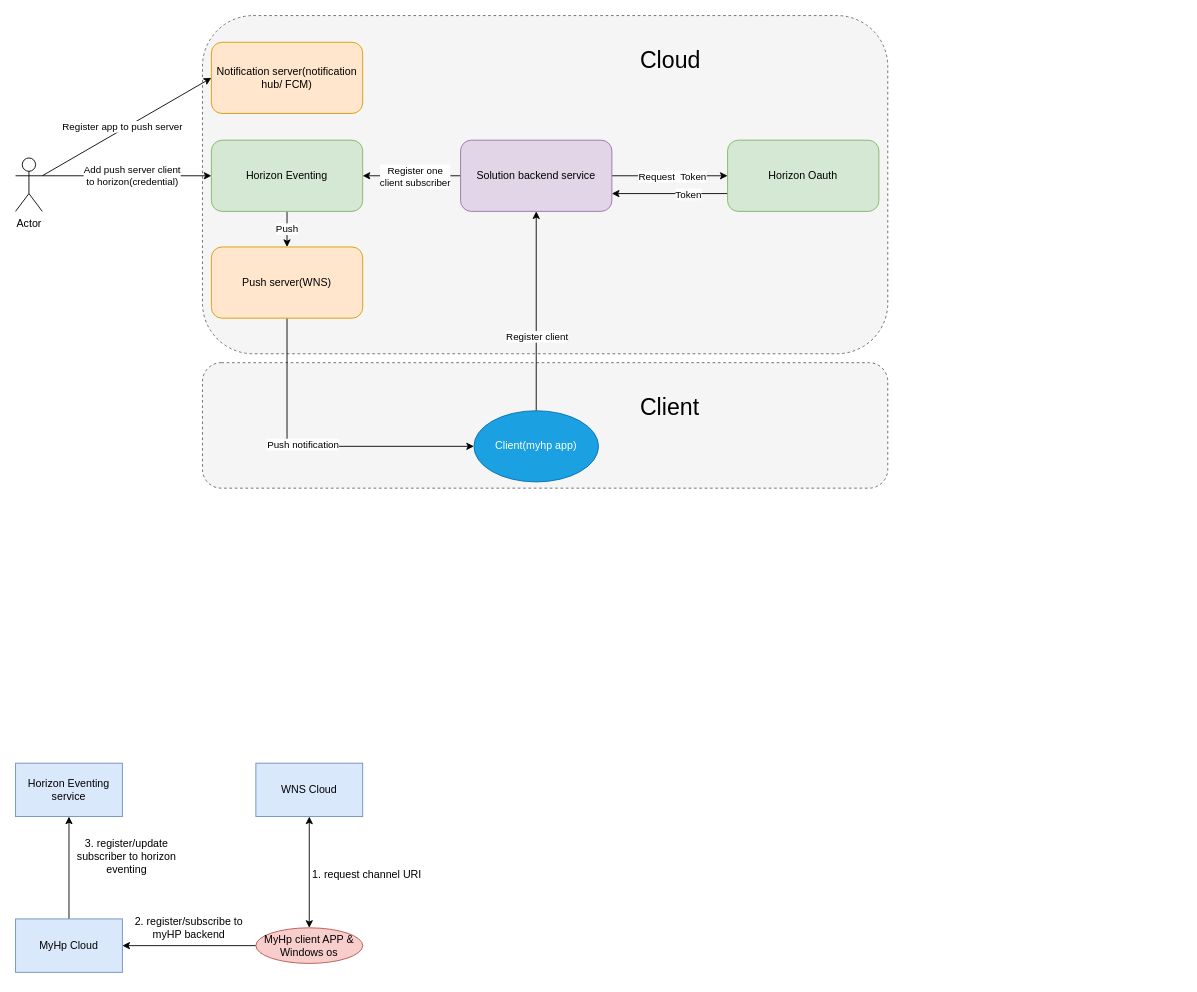
This is page "PushNotification" (8 of 9) of HP/horizon_eventing.drawio from zhangwm1987/mydraw_io, a draw.io file, before an edit. Source tidied: cells renumbered, new cells numbered last; positions are measured from the earlier drawing's top-left corner, leaving out a move shared by most shapes. Both pictures are drawn from the tidied source at 89%, with x=0, y=0 at pixel (15, 15).
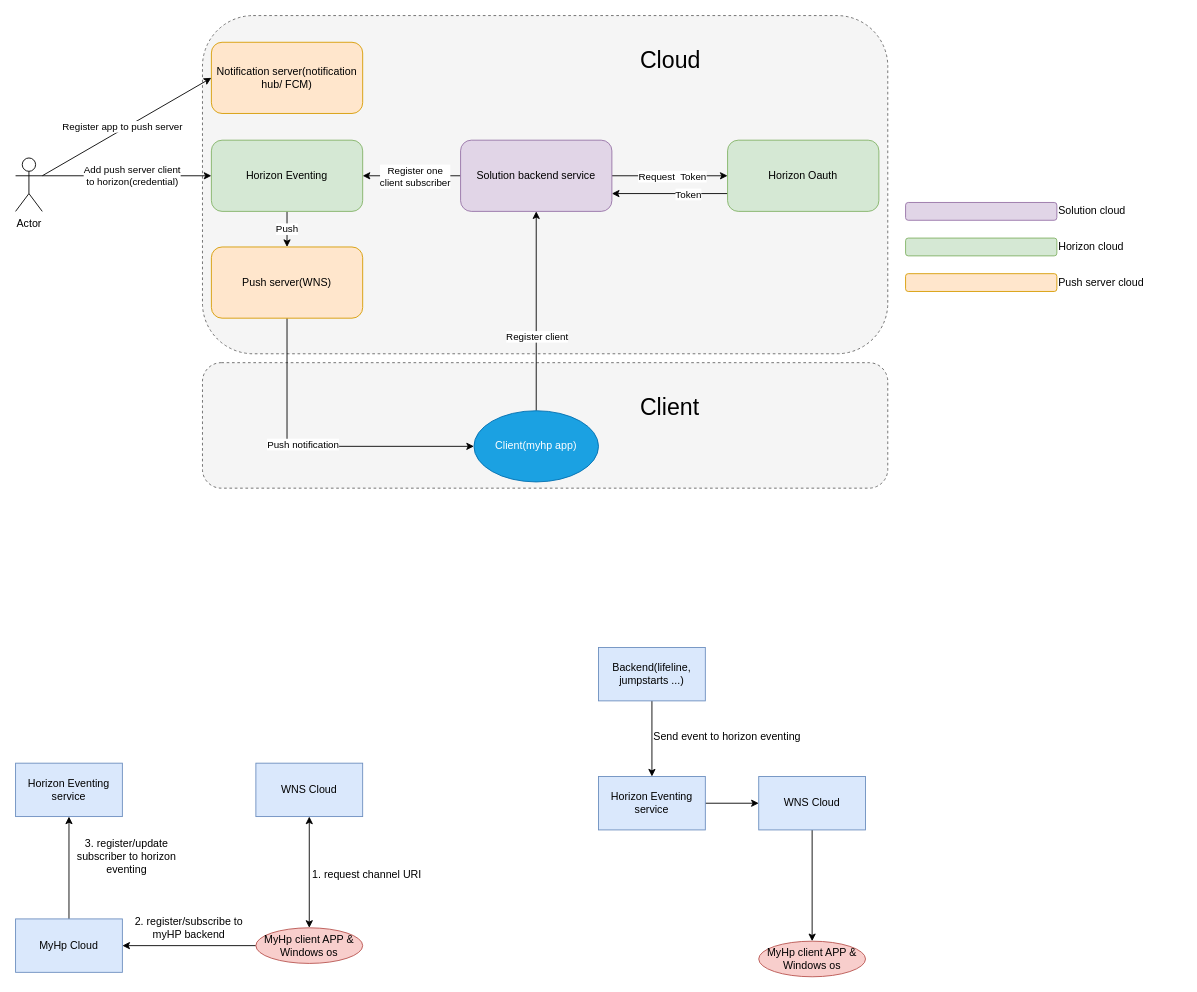
Above is the later version.

What changed in the source:
```diff
@@
+    <mxCell id="39" style="rounded=1;whiteSpace=wrap;html=1;fillColor=#e1d5e7;strokeColor=#9673a6;" parent="1" vertex="1">
+      <mxGeometry x="1000" y="210" width="170" height="20" as="geometry" />
+    </mxCell>
+    <mxCell id="40" style="rounded=1;whiteSpace=wrap;html=1;fillColor=#d5e8d4;strokeColor=#82b366;" parent="1" vertex="1">
+      <mxGeometry x="1000" y="250" width="170" height="20" as="geometry" />
+    </mxCell>
+    <mxCell id="41" style="rounded=1;whiteSpace=wrap;html=1;fillColor=#ffe6cc;strokeColor=#d79b00;" parent="1" vertex="1">
+      <mxGeometry x="1000" y="290" width="170" height="20" as="geometry" />
+    </mxCell>
+    <mxCell id="42" value="Push server cloud" style="text;html=1;strokeColor=none;fillColor=none;align=left;verticalAlign=middle;whiteSpace=wrap;rounded=0;dashed=1;" parent="1" vertex="1">
+      <mxGeometry x="1170" y="290" width="140" height="20" as="geometry" />
+    </mxCell>
+    <mxCell id="43" value="Solution cloud" style="text;html=1;strokeColor=none;fillColor=none;align=left;verticalAlign=middle;whiteSpace=wrap;rounded=0;dashed=1;" parent="1" vertex="1">
+      <mxGeometry x="1170" y="210" width="140" height="20" as="geometry" />
+    </mxCell>
+    <mxCell id="44" value="Horizon cloud" style="text;html=1;strokeColor=none;fillColor=none;align=left;verticalAlign=middle;whiteSpace=wrap;rounded=0;dashed=1;" parent="1" vertex="1">
+      <mxGeometry x="1170" y="250" width="140" height="20" as="geometry" />
+    </mxCell>
+    <mxCell id="45" style="edgeStyle=orthogonalEdgeStyle;rounded=0;jettySize=auto;html=1;exitX=0.5;exitY=1;exitDx=0;exitDy=0;entryX=0.5;entryY=0;entryDx=0;entryDy=0;" parent="1" edge="1" source="46" target="49">
+      <mxGeometry relative="1" as="geometry" />
+    </mxCell>
+    <mxCell id="46" value="WNS Cloud" style="rounded=0;whiteSpace=wrap;html=1;fillColor=#dae8fc;strokeColor=#6c8ebf;" parent="1" vertex="1">
+      <mxGeometry x="835" y="855" width="120" height="60" as="geometry" />
+    </mxCell>
+    <mxCell id="47" style="edgeStyle=orthogonalEdgeStyle;rounded=0;jettySize=auto;html=1;exitX=1;exitY=0.5;exitDx=0;exitDy=0;entryX=0;entryY=0.5;entryDx=0;entryDy=0;" parent="1" edge="1" source="48" target="46">
+      <mxGeometry relative="1" as="geometry" />
+    </mxCell>
+    <mxCell id="48" value="Horizon Eventing service" style="rounded=0;whiteSpace=wrap;html=1;fillColor=#dae8fc;strokeColor=#6c8ebf;" parent="1" vertex="1">
+      <mxGeometry x="655" y="855" width="120" height="60" as="geometry" />
+    </mxCell>
+    <mxCell id="49" value="MyHp client APP &amp;amp;&lt;br&gt;Windows os" style="ellipse;whiteSpace=wrap;html=1;fillColor=#f8cecc;strokeColor=#b85450;" parent="1" vertex="1">
+      <mxGeometry x="835" y="1040" width="120" height="40" as="geometry" />
+    </mxCell>
+    <mxCell id="50" style="edgeStyle=orthogonalEdgeStyle;rounded=0;jettySize=auto;html=1;exitX=0.5;exitY=1;exitDx=0;exitDy=0;entryX=0.5;entryY=0;entryDx=0;entryDy=0;" parent="1" edge="1" source="51" target="48">
+      <mxGeometry relative="1" as="geometry" />
+    </mxCell>
+    <mxCell id="51" value="Backend(lifeline, jumpstarts ...)" style="rounded=0;whiteSpace=wrap;html=1;fillColor=#dae8fc;strokeColor=#6c8ebf;" parent="1" vertex="1">
+      <mxGeometry x="655" y="710" width="120" height="60" as="geometry" />
+    </mxCell>
+    <mxCell id="52" value="Send event to horizon eventing" style="text;html=1;strokeColor=none;fillColor=none;align=left;verticalAlign=middle;whiteSpace=wrap;rounded=0;" parent="1" vertex="1">
+      <mxGeometry x="715" y="800" width="170" height="20" as="geometry" />
+    </mxCell>
```
